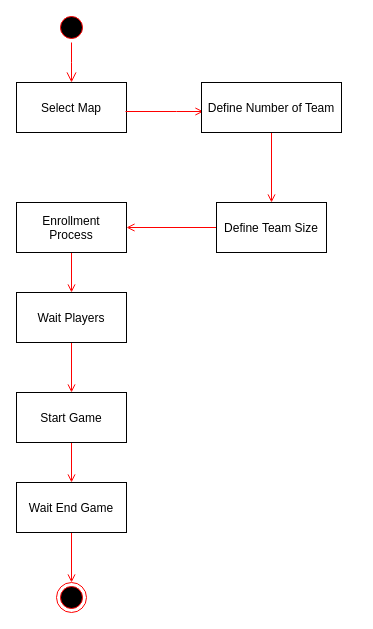
Above: Spécifications/diag_seq/start_game.drawio in TalLC/battlebot (draw.io), before the change. Source tidied: cells renumbered, new cells numbered last; positions are measured from the earlier drawing's top-left corner, leaving out a move shared by most shapes. Both pictures are drawn from the tidied source at 100%, with x=0, y=0 at pixel (-280, 12).
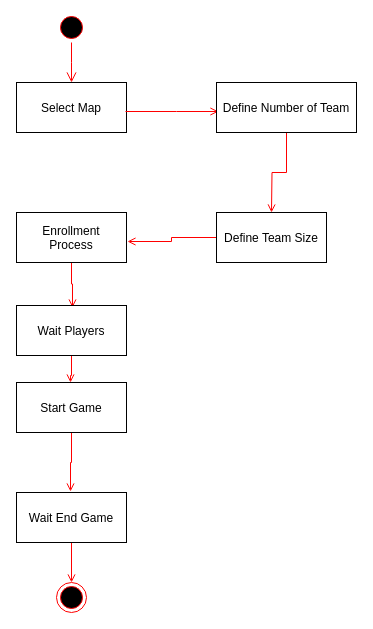
After the change.

The edit, as a diff of the source:
```diff
@@
-    <mxCell id="6" style="edgeStyle=orthogonalEdgeStyle;rounded=0;jettySize=auto;html=1;endArrow=open;strokeColor=#FF0000;endFill=1;entryX=0.5;entryY=0;entryDx=0;entryDy=0;" parent="1" edge="1" source="7" target="16">
+    <mxCell id="6" style="edgeStyle=orthogonalEdgeStyle;rounded=0;jettySize=auto;html=1;entryX=0.509;entryY=0.04;entryDx=0;entryDy=0;entryPerimeter=0;endArrow=open;strokeColor=#FF0000;endFill=1;" parent="1" edge="1" source="7" target="16">
       <mxGeometry relative="1" as="geometry" />
     </mxCell>
     <mxCell id="7" value="Enrollment&#10;Process" parent="1" vertex="1">
-      <mxGeometry x="296" y="190" width="110" height="50" as="geometry" />
+      <mxGeometry x="296" y="200" width="110" height="50" as="geometry" />
     </mxCell>
-    <mxCell id="8" style="edgeStyle=orthogonalEdgeStyle;rounded=0;jettySize=auto;html=1;endArrow=open;strokeColor=#FF0000;endFill=1;entryX=0.5;entryY=0;entryDx=0;entryDy=0;" parent="1" edge="1" source="9" target="18">
+    <mxCell id="8" style="edgeStyle=orthogonalEdgeStyle;rounded=0;jettySize=auto;html=1;entryX=0.491;entryY=-0.02;entryDx=0;entryDy=0;entryPerimeter=0;endArrow=open;strokeColor=#FF0000;endFill=1;" parent="1" edge="1" source="9" target="18">
       <mxGeometry relative="1" as="geometry" />
     </mxCell>
     <mxCell id="9" value="Start Game" parent="1" vertex="1">
-      <mxGeometry x="296" y="380" width="110" height="50" as="geometry" />
+      <mxGeometry x="296" y="370" width="110" height="50" as="geometry" />
     </mxCell>
@@
-    <mxCell id="11" style="edgeStyle=orthogonalEdgeStyle;rounded=0;jettySize=auto;html=1;entryX=1;entryY=0.5;entryDx=0;entryDy=0;endArrow=open;strokeColor=#FF0000;endFill=1;" parent="1" edge="1" source="12" target="7">
+    <mxCell id="11" style="edgeStyle=orthogonalEdgeStyle;rounded=0;jettySize=auto;html=1;entryX=1.009;entryY=0.58;entryDx=0;entryDy=0;entryPerimeter=0;endArrow=open;strokeColor=#FF0000;endFill=1;" parent="1" edge="1" source="12" target="7">
       <mxGeometry relative="1" as="geometry" />
     </mxCell>
     <mxCell id="12" value="Define Team Size" parent="1" vertex="1">
-      <mxGeometry x="496" y="190" width="110" height="50" as="geometry" />
+      <mxGeometry x="496" y="200" width="110" height="50" as="geometry" />
     </mxCell>
-    <mxCell id="13" style="edgeStyle=orthogonalEdgeStyle;rounded=0;jettySize=auto;html=1;endArrow=open;strokeColor=#FF0000;endFill=1;entryX=0.5;entryY=0;entryDx=0;entryDy=0;" parent="1" edge="1" source="14" target="12">
-      <mxGeometry relative="1" as="geometry" />
+    <mxCell id="13" style="edgeStyle=orthogonalEdgeStyle;rounded=0;jettySize=auto;html=1;endArrow=open;strokeColor=#FF0000;endFill=1;" parent="1" edge="1" source="14">
+      <mxGeometry relative="1" as="geometry">
+        <mxPoint x="551" y="200" as="targetPoint" />
+      </mxGeometry>
     </mxCell>
     <mxCell id="14" value="Define Number of Team" parent="1" vertex="1">
-      <mxGeometry x="481" y="70" width="140" height="50" as="geometry" />
+      <mxGeometry x="496" y="70" width="140" height="50" as="geometry" />
     </mxCell>
-    <mxCell id="15" style="edgeStyle=orthogonalEdgeStyle;rounded=0;jettySize=auto;html=1;endArrow=open;strokeColor=#FF0000;endFill=1;entryX=0.5;entryY=0;entryDx=0;entryDy=0;" parent="1" edge="1" source="16" target="9">
+    <mxCell id="15" style="edgeStyle=orthogonalEdgeStyle;rounded=0;jettySize=auto;html=1;entryX=0.491;entryY=0;entryDx=0;entryDy=0;entryPerimeter=0;endArrow=open;strokeColor=#FF0000;endFill=1;" parent="1" edge="1" source="16" target="9">
       <mxGeometry relative="1" as="geometry" />
     </mxCell>
     <mxCell id="16" value="Wait Players" parent="1" vertex="1">
-      <mxGeometry x="296" y="280" width="110" height="50" as="geometry" />
+      <mxGeometry x="296" y="293" width="110" height="50" as="geometry" />
     </mxCell>
@@
     <mxCell id="18" value="Wait End Game" parent="1" vertex="1">
-      <mxGeometry x="296" y="470" width="110" height="50" as="geometry" />
+      <mxGeometry x="296" y="480" width="110" height="50" as="geometry" />
     </mxCell>
```
